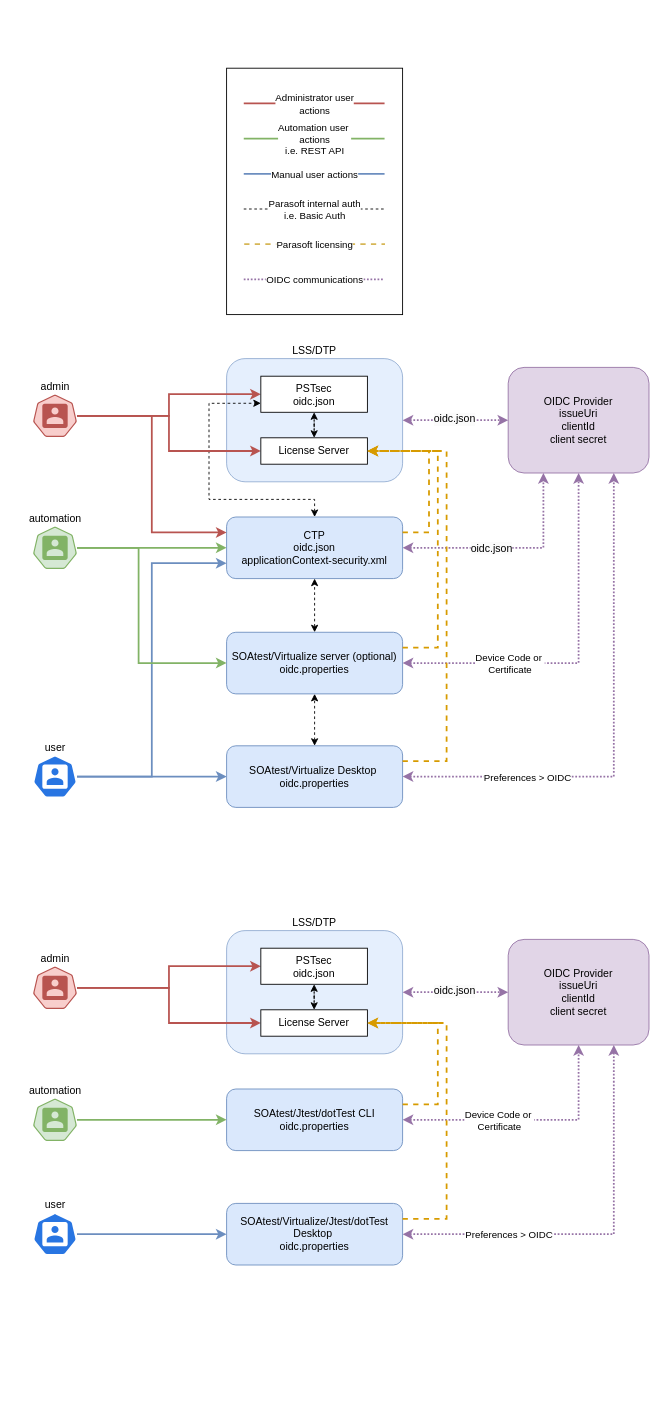
The draw.io diagram oidc.drawio in gtrofimov/draw-io-projects, before the edit. Source tidied: cells renumbered, new cells numbered last; positions are measured from the earlier drawing's top-left corner, leaving out a move shared by most shapes. Both pictures are drawn from the tidied source at 88%, with x=0, y=0 at pixel (33, 68).
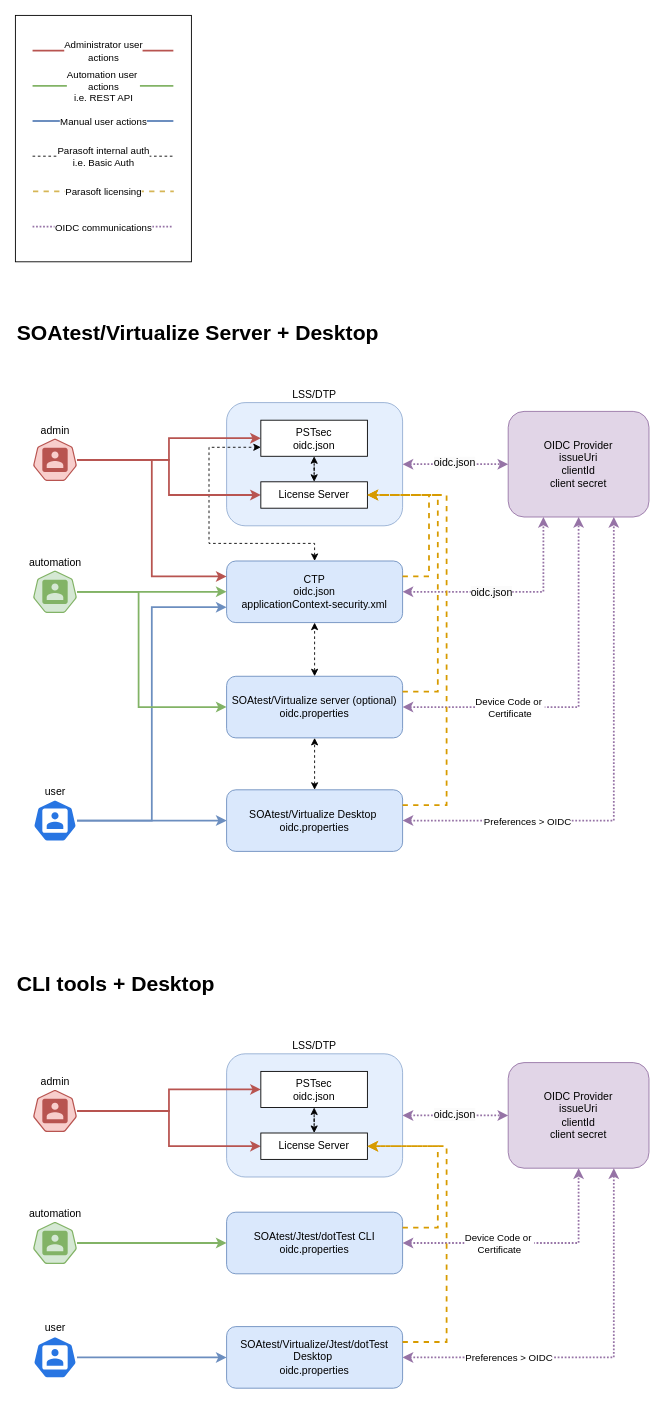
The same diagram, later.

What changed in the source:
```diff
@@
     <mxCell id="2" value="LSS/DTP" style="rounded=1;whiteSpace=wrap;html=1;labelPosition=center;verticalLabelPosition=top;align=center;verticalAlign=bottom;opacity=70;fillColor=#dae8fc;strokeColor=#6c8ebf;" parent="1" vertex="1">
-      <mxGeometry x="220" y="330" width="200" height="140" as="geometry" />
+      <mxGeometry x="220" y="380" width="200" height="140" as="geometry" />
     </mxCell>
     <mxCell id="3" style="edgeStyle=orthogonalEdgeStyle;rounded=0;jettySize=auto;html=1;entryX=0;entryY=0.75;entryDx=0;entryDy=0;startArrow=classic;startFill=1;dashed=1;strokeWidth=1;" parent="1" edge="1" source="6" target="22">
       <mxGeometry relative="1" as="geometry">
         <Array as="points">
-          <mxPoint x="320" y="490" />
-          <mxPoint x="200" y="490" />
-          <mxPoint x="200" y="381" />
+          <mxPoint x="320" y="540" />
+          <mxPoint x="200" y="540" />
+          <mxPoint x="200" y="431" />
         </Array>
       </mxGeometry>
     </mxCell>
@@
     <mxCell id="6" value="CTP&lt;div&gt;&lt;div&gt;oidc.json&lt;/div&gt;&lt;div&gt;applicationContext-security.xml&lt;/div&gt;&lt;/div&gt;" style="rounded=1;whiteSpace=wrap;html=1;fillColor=#dae8fc;strokeColor=#6c8ebf;" parent="1" vertex="1">
-      <mxGeometry x="220" y="510" width="200" height="70" as="geometry" />
+      <mxGeometry x="220" y="560" width="200" height="70" as="geometry" />
     </mxCell>
@@
     <mxCell id="10" value="SOAtest/Virtualize server (optional)&lt;div&gt;&lt;div&gt;&lt;div&gt;oidc.properties&lt;/div&gt;&lt;/div&gt;&lt;/div&gt;" style="rounded=1;whiteSpace=wrap;html=1;fillColor=#dae8fc;strokeColor=#6c8ebf;" parent="1" vertex="1">
-      <mxGeometry x="220" y="641" width="200" height="70" as="geometry" />
+      <mxGeometry x="220" y="691" width="200" height="70" as="geometry" />
     </mxCell>
     <mxCell id="11" value="OIDC Provider&lt;div&gt;issueUri&lt;br&gt;&lt;div&gt;clientId&lt;/div&gt;&lt;div&gt;client secret&lt;/div&gt;&lt;/div&gt;" style="rounded=1;whiteSpace=wrap;html=1;fillColor=#e1d5e7;strokeColor=#9673a6;" parent="1" vertex="1">
-      <mxGeometry x="540" y="340" width="160" height="120" as="geometry" />
+      <mxGeometry x="540" y="390" width="160" height="120" as="geometry" />
     </mxCell>
@@
     <mxCell id="13" value="user" style="sketch=0;html=1;dashed=0;whitespace=wrap;fillColor=#2875E2;strokeColor=#ffffff;points=[[0.005,0.63,0],[0.1,0.2,0],[0.9,0.2,0],[0.5,0,0],[0.995,0.63,0],[0.72,0.99,0],[0.5,1,0],[0.28,0.99,0]];shape=mxgraph.kubernetes.icon2;prIcon=user;labelPosition=center;verticalLabelPosition=top;align=center;verticalAlign=bottom;" parent="1" vertex="1">
-      <mxGeometry y="781" width="50" height="48" as="geometry" />
+      <mxGeometry y="831" width="50" height="48" as="geometry" />
     </mxCell>
@@
     <mxCell id="17" value="admin" style="sketch=0;html=1;dashed=0;whitespace=wrap;fillColor=#f8cecc;strokeColor=#b85450;points=[[0.005,0.63,0],[0.1,0.2,0],[0.9,0.2,0],[0.5,0,0],[0.995,0.63,0],[0.72,0.99,0],[0.5,1,0],[0.28,0.99,0]];shape=mxgraph.kubernetes.icon2;prIcon=user;labelPosition=center;verticalLabelPosition=top;align=center;verticalAlign=bottom;" parent="1" vertex="1">
-      <mxGeometry y="371" width="50" height="48" as="geometry" />
+      <mxGeometry y="421" width="50" height="48" as="geometry" />
     </mxCell>
@@
     <mxCell id="21" value="License Server" style="rounded=0;whiteSpace=wrap;html=1;" parent="1" vertex="1">
-      <mxGeometry x="258.9" y="420" width="121.1" height="30" as="geometry" />
+      <mxGeometry x="258.9" y="470" width="121.1" height="30" as="geometry" />
     </mxCell>
     <mxCell id="22" value="PSTsec&lt;div&gt;oidc.json&lt;/div&gt;" style="rounded=0;whiteSpace=wrap;html=1;" parent="1" vertex="1">
-      <mxGeometry x="258.9" y="350" width="121.1" height="41" as="geometry" />
+      <mxGeometry x="258.9" y="400" width="121.1" height="41" as="geometry" />
     </mxCell>
@@
     <mxCell id="24" style="edgeStyle=orthogonalEdgeStyle;rounded=0;jettySize=auto;html=1;fillColor=#ffe6cc;strokeColor=#d79b00;strokeWidth=2;dashed=1;exitX=1;exitY=0.25;exitDx=0;exitDy=0;entryX=1;entryY=0.5;entryDx=0;entryDy=0;" parent="1" edge="1" source="6" target="21">
       <mxGeometry relative="1" as="geometry">
         <Array as="points">
-          <mxPoint x="450" y="528" />
-          <mxPoint x="450" y="435" />
+          <mxPoint x="450" y="578" />
+          <mxPoint x="450" y="485" />
         </Array>
       </mxGeometry>
     </mxCell>
@@
     <mxCell id="26" style="edgeStyle=orthogonalEdgeStyle;rounded=0;jettySize=auto;html=1;entryX=0;entryY=0.5;entryDx=0;entryDy=0;fillColor=#d5e8d4;strokeColor=#82b366;strokeWidth=2;" parent="1" edge="1" source="27" target="10">
       <mxGeometry relative="1" as="geometry">
         <Array as="points">
-          <mxPoint x="120" y="545" />
-          <mxPoint x="120" y="676" />
+          <mxPoint x="120" y="595" />
+          <mxPoint x="120" y="726" />
         </Array>
       </mxGeometry>
     </mxCell>
     <mxCell id="27" value="automation" style="sketch=0;html=1;dashed=0;whitespace=wrap;fillColor=#d5e8d4;strokeColor=#82b366;points=[[0.005,0.63,0],[0.1,0.2,0],[0.9,0.2,0],[0.5,0,0],[0.995,0.63,0],[0.72,0.99,0],[0.5,1,0],[0.28,0.99,0]];shape=mxgraph.kubernetes.icon2;prIcon=user;labelPosition=center;verticalLabelPosition=top;align=center;verticalAlign=bottom;" parent="1" vertex="1">
-      <mxGeometry y="521" width="50" height="48" as="geometry" />
+      <mxGeometry y="571" width="50" height="48" as="geometry" />
     </mxCell>
@@
     <mxCell id="31" value="SOAtest/Virtualize Desktop&amp;nbsp;&lt;div&gt;&lt;div&gt;oidc.properties&lt;/div&gt;&lt;/div&gt;" style="rounded=1;whiteSpace=wrap;html=1;fillColor=#dae8fc;strokeColor=#6c8ebf;" parent="1" vertex="1">
-      <mxGeometry x="220" y="770" width="200" height="70" as="geometry" />
+      <mxGeometry x="220" y="820" width="200" height="70" as="geometry" />
     </mxCell>
     <mxCell id="32" style="edgeStyle=orthogonalEdgeStyle;rounded=0;jettySize=auto;html=1;fillColor=#ffe6cc;strokeColor=#d79b00;strokeWidth=2;dashed=1;entryX=1;entryY=0.5;entryDx=0;entryDy=0;exitX=1;exitY=0.25;exitDx=0;exitDy=0;" parent="1" edge="1" source="10" target="21">
       <mxGeometry relative="1" as="geometry">
         <Array as="points">
-          <mxPoint x="460" y="659" />
-          <mxPoint x="460" y="435" />
+          <mxPoint x="460" y="709" />
+          <mxPoint x="460" y="485" />
         </Array>
       </mxGeometry>
     </mxCell>
     <mxCell id="33" style="edgeStyle=orthogonalEdgeStyle;rounded=0;jettySize=auto;html=1;fillColor=#ffe6cc;strokeColor=#d79b00;strokeWidth=2;dashed=1;entryX=1;entryY=0.5;entryDx=0;entryDy=0;exitX=1;exitY=0.25;exitDx=0;exitDy=0;" parent="1" edge="1" source="31" target="21">
       <mxGeometry relative="1" as="geometry">
         <Array as="points">
-          <mxPoint x="470" y="788" />
-          <mxPoint x="470" y="435" />
+          <mxPoint x="470" y="838" />
+          <mxPoint x="470" y="485" />
         </Array>
       </mxGeometry>
     </mxCell>
     <mxCell id="34" style="group;" parent="1" vertex="1">
-      <mxGeometry x="220" width="200" height="280" as="geometry" />
+      <mxGeometry x="-20" y="-60" width="200" height="280" as="geometry" />
     </mxCell>
@@
     <mxCell id="48" value="LSS/DTP" style="rounded=1;whiteSpace=wrap;html=1;labelPosition=center;verticalLabelPosition=top;align=center;verticalAlign=bottom;opacity=70;fillColor=#dae8fc;strokeColor=#6c8ebf;" parent="1" vertex="1">
-      <mxGeometry x="220" y="980" width="200" height="140" as="geometry" />
+      <mxGeometry x="220" y="1120" width="200" height="140" as="geometry" />
     </mxCell>
@@
     <mxCell id="51" value="&lt;div&gt;SOAtest/Jtest/dotTest CLI&lt;br&gt;&lt;div&gt;&lt;div&gt;oidc.properties&lt;/div&gt;&lt;/div&gt;&lt;/div&gt;" style="rounded=1;whiteSpace=wrap;html=1;fillColor=#dae8fc;strokeColor=#6c8ebf;" parent="1" vertex="1">
-      <mxGeometry x="220" y="1160" width="200" height="70" as="geometry" />
+      <mxGeometry x="220" y="1300" width="200" height="70" as="geometry" />
     </mxCell>
     <mxCell id="52" value="OIDC Provider&lt;div&gt;issueUri&lt;br&gt;&lt;div&gt;clientId&lt;/div&gt;&lt;div&gt;client secret&lt;/div&gt;&lt;/div&gt;" style="rounded=1;whiteSpace=wrap;html=1;fillColor=#e1d5e7;strokeColor=#9673a6;" parent="1" vertex="1">
-      <mxGeometry x="540" y="990" width="160" height="120" as="geometry" />
+      <mxGeometry x="540" y="1130" width="160" height="120" as="geometry" />
     </mxCell>
     <mxCell id="53" value="user" style="sketch=0;html=1;dashed=0;whitespace=wrap;fillColor=#2875E2;strokeColor=#ffffff;points=[[0.005,0.63,0],[0.1,0.2,0],[0.9,0.2,0],[0.5,0,0],[0.995,0.63,0],[0.72,0.99,0],[0.5,1,0],[0.28,0.99,0]];shape=mxgraph.kubernetes.icon2;prIcon=user;labelPosition=center;verticalLabelPosition=top;align=center;verticalAlign=bottom;" parent="1" vertex="1">
-      <mxGeometry y="1301" width="50" height="48" as="geometry" />
+      <mxGeometry y="1441" width="50" height="48" as="geometry" />
     </mxCell>
@@
     <mxCell id="56" value="admin" style="sketch=0;html=1;dashed=0;whitespace=wrap;fillColor=#f8cecc;strokeColor=#b85450;points=[[0.005,0.63,0],[0.1,0.2,0],[0.9,0.2,0],[0.5,0,0],[0.995,0.63,0],[0.72,0.99,0],[0.5,1,0],[0.28,0.99,0]];shape=mxgraph.kubernetes.icon2;prIcon=user;labelPosition=center;verticalLabelPosition=top;align=center;verticalAlign=bottom;" parent="1" vertex="1">
-      <mxGeometry y="1021" width="50" height="48" as="geometry" />
+      <mxGeometry y="1161" width="50" height="48" as="geometry" />
     </mxCell>
@@
     <mxCell id="60" value="License Server" style="rounded=0;whiteSpace=wrap;html=1;" parent="1" vertex="1">
-      <mxGeometry x="258.9" y="1070" width="121.1" height="30" as="geometry" />
+      <mxGeometry x="258.9" y="1210" width="121.1" height="30" as="geometry" />
     </mxCell>
     <mxCell id="61" value="PSTsec&lt;div&gt;oidc.json&lt;/div&gt;" style="rounded=0;whiteSpace=wrap;html=1;" parent="1" vertex="1">
-      <mxGeometry x="258.9" y="1000" width="121.1" height="41" as="geometry" />
+      <mxGeometry x="258.9" y="1140" width="121.1" height="41" as="geometry" />
     </mxCell>
@@
     <mxCell id="63" style="edgeStyle=orthogonalEdgeStyle;rounded=0;jettySize=auto;html=1;entryX=0;entryY=0.5;entryDx=0;entryDy=0;fillColor=#d5e8d4;strokeColor=#82b366;strokeWidth=2;" parent="1" edge="1" source="64" target="51">
       <mxGeometry relative="1" as="geometry">
         <Array as="points">
-          <mxPoint x="180" y="1195" />
-          <mxPoint x="180" y="1195" />
+          <mxPoint x="180" y="1335" />
+          <mxPoint x="180" y="1335" />
         </Array>
       </mxGeometry>
     </mxCell>
     <mxCell id="64" value="automation" style="sketch=0;html=1;dashed=0;whitespace=wrap;fillColor=#d5e8d4;strokeColor=#82b366;points=[[0.005,0.63,0],[0.1,0.2,0],[0.9,0.2,0],[0.5,0,0],[0.995,0.63,0],[0.72,0.99,0],[0.5,1,0],[0.28,0.99,0]];shape=mxgraph.kubernetes.icon2;prIcon=user;labelPosition=center;verticalLabelPosition=top;align=center;verticalAlign=bottom;" parent="1" vertex="1">
-      <mxGeometry y="1171" width="50" height="48" as="geometry" />
+      <mxGeometry y="1311" width="50" height="48" as="geometry" />
     </mxCell>
@@
     <mxCell id="67" value="SOAtest/Virtualize/Jtest/dotTest Desktop&amp;nbsp;&lt;div&gt;&lt;div&gt;oidc.properties&lt;/div&gt;&lt;/div&gt;" style="rounded=1;whiteSpace=wrap;html=1;fillColor=#dae8fc;strokeColor=#6c8ebf;" parent="1" vertex="1">
-      <mxGeometry x="220" y="1290" width="200" height="70" as="geometry" />
+      <mxGeometry x="220" y="1430" width="200" height="70" as="geometry" />
     </mxCell>
     <mxCell id="68" style="edgeStyle=orthogonalEdgeStyle;rounded=0;jettySize=auto;html=1;fillColor=#ffe6cc;strokeColor=#d79b00;strokeWidth=2;dashed=1;entryX=1;entryY=0.5;entryDx=0;entryDy=0;exitX=1;exitY=0.25;exitDx=0;exitDy=0;" parent="1" edge="1" source="51" target="60">
       <mxGeometry relative="1" as="geometry">
         <Array as="points">
-          <mxPoint x="460" y="1178" />
-          <mxPoint x="460" y="1085" />
+          <mxPoint x="460" y="1318" />
+          <mxPoint x="460" y="1225" />
         </Array>
       </mxGeometry>
     </mxCell>
     <mxCell id="69" style="edgeStyle=orthogonalEdgeStyle;rounded=0;jettySize=auto;html=1;fillColor=#ffe6cc;strokeColor=#d79b00;strokeWidth=2;dashed=1;entryX=1;entryY=0.5;entryDx=0;entryDy=0;exitX=1;exitY=0.25;exitDx=0;exitDy=0;" parent="1" edge="1" source="67" target="60">
       <mxGeometry relative="1" as="geometry">
         <Array as="points">
-          <mxPoint x="470" y="1308" />
-          <mxPoint x="470" y="1085" />
+          <mxPoint x="470" y="1448" />
+          <mxPoint x="470" y="1225" />
         </Array>
       </mxGeometry>
     </mxCell>
+    <mxCell id="70" value="&lt;h1 style=&quot;margin-top: 0px;&quot;&gt;SOAtest/Virtualize Server + Desktop&lt;/h1&gt;" style="text;html=1;whiteSpace=wrap;overflow=hidden;rounded=0;" parent="1" vertex="1">
+      <mxGeometry x="-20" y="280" width="510" height="60" as="geometry" />
+    </mxCell>
+    <mxCell id="71" value="&lt;h1 style=&quot;margin-top: 0px;&quot;&gt;CLI tools + Desktop&lt;/h1&gt;" style="text;html=1;whiteSpace=wrap;overflow=hidden;rounded=0;" parent="1" vertex="1">
+      <mxGeometry x="-20" y="1020" width="540" height="120" as="geometry" />
+    </mxCell>
```
